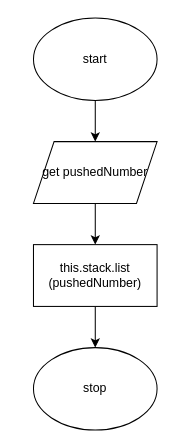
This is flowchart.drawio from Seti-Ngabo/ics4u-unit2-02-typescript, a draw.io file, before an edit. Source tidied: cells renumbered, new cells numbered last; positions are measured from the earlier drawing's top-left corner, leaving out a move shared by most shapes. Both pictures are drawn from the tidied source at 103%, with x=0, y=0 at pixel (33, 18).
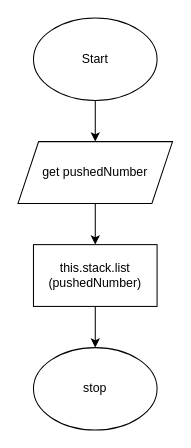
The same diagram, later.

Diff of the diagram source:
```diff
@@
 <mxGraphModel>
   <root>
     <mxCell id="0" />
     <mxCell id="1" parent="0" />
     <mxCell id="2" style="edgeStyle=none;html=1;" parent="1" edge="1" source="3" target="5">
       <mxGeometry relative="1" as="geometry" />
     </mxCell>
-    <mxCell id="3" value="start" style="ellipse;whiteSpace=wrap;html=1;" parent="1" vertex="1">
+    <mxCell id="3" value="Start" style="ellipse;whiteSpace=wrap;html=1;" parent="1" vertex="1">
       <mxGeometry width="120" height="80" as="geometry" />
     </mxCell>
     <mxCell id="4" style="edgeStyle=none;html=1;" parent="1" edge="1" source="5" target="7">
       <mxGeometry relative="1" as="geometry" />
     </mxCell>
     <mxCell id="5" value="get pushedNumber" style="shape=parallelogram;perimeter=parallelogramPerimeter;whiteSpace=wrap;html=1;fixedSize=1;" parent="1" vertex="1">
-      <mxGeometry y="120" width="120" height="60" as="geometry" />
+      <mxGeometry x="-15" y="120" width="150" height="60" as="geometry" />
     </mxCell>
     <mxCell id="6" style="edgeStyle=none;html=1;entryX=0.5;entryY=0;entryDx=0;entryDy=0;" parent="1" edge="1" source="7" target="8">
       <mxGeometry relative="1" as="geometry" />
     </mxCell>
     <mxCell id="7" value="this.stack.list&lt;br&gt;(pushedNumber)" style="rounded=0;whiteSpace=wrap;html=1;" parent="1" vertex="1">
       <mxGeometry y="220" width="120" height="60" as="geometry" />
     </mxCell>
     <mxCell id="8" value="stop" style="ellipse;whiteSpace=wrap;html=1;" parent="1" vertex="1">
       <mxGeometry y="320" width="120" height="80" as="geometry" />
     </mxCell>
   </root>
 </mxGraphModel>
```
